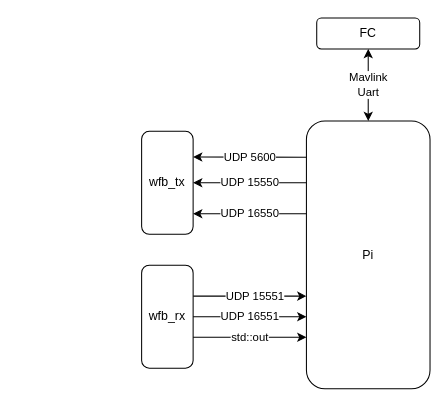
Above: Untitled Diagram.drawio in OpenHD/OpenHD (draw.io), before the change. Source tidied: cells renumbered, new cells numbered last; positions are measured from the earlier drawing's top-left corner, leaving out a move shared by most shapes. Both pictures are drawn from the tidied source at 103%, with x=0, y=0 at pixel (141, 18).
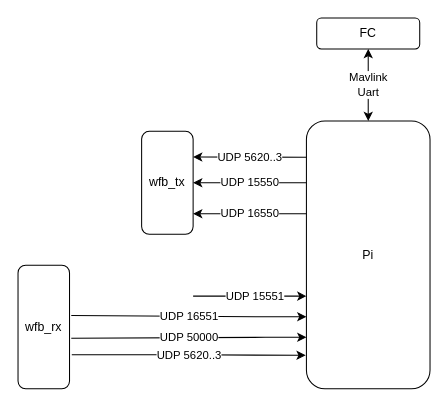
The same diagram, later.

Unchanged cells that the change refers to:
```xml
<mxCell id="3" value="Pi" style="rounded=1;whiteSpace=wrap;html=1;arcSize=15;" parent="1" vertex="1">
  <mxGeometry x="160" y="100" width="120" height="260" as="geometry" />
</mxCell>
<mxCell id="5" value="wfb_tx" style="rounded=1;whiteSpace=wrap;html=1;" parent="1" vertex="1">
  <mxGeometry y="110" width="50" height="100" as="geometry" />
</mxCell>
```

Diff of the diagram source:
```diff
@@
-    <mxCell id="6" value="UDP 5600" style="endArrow=none;startArrow=classic;html=1;rounded=0;exitX=1;exitY=0.25;exitDx=0;exitDy=0;endFill=0;entryX=0;entryY=0.135;entryDx=0;entryDy=0;entryPerimeter=0;" parent="1" edge="1" source="5" target="3">
+    <mxCell id="6" value="UDP 5620..3" style="endArrow=none;startArrow=classic;html=1;rounded=0;exitX=1;exitY=0.25;exitDx=0;exitDy=0;endFill=0;entryX=0;entryY=0.135;entryDx=0;entryDy=0;entryPerimeter=0;" parent="1" edge="1" source="5" target="3">
       <mxGeometry relative="1" as="geometry" />
     </mxCell>
@@
+    <mxCell id="13" value="UDP 5620..3" style="edgeStyle=orthogonalEdgeStyle;rounded=0;jettySize=auto;html=1;exitX=1.044;exitY=0.725;exitDx=0;exitDy=0;entryX=-0.006;entryY=0.875;entryDx=0;entryDy=0;entryPerimeter=0;exitPerimeter=0;" parent="1" edge="1" source="10" target="3">
+      <mxGeometry relative="1" as="geometry" />
+    </mxCell>
     <mxCell id="10" value="wfb_rx" style="rounded=1;whiteSpace=wrap;html=1;" parent="1" vertex="1">
-      <mxGeometry y="240" width="50" height="100" as="geometry" />
+      <mxGeometry x="-120" y="240" width="50" height="120" as="geometry" />
     </mxCell>
-    <mxCell id="11" value="UDP 16551" style="endArrow=classic;startArrow=none;html=1;rounded=0;exitX=1;exitY=0.25;exitDx=0;exitDy=0;endFill=1;startFill=0;" parent="1" edge="1">
+    <mxCell id="11" value="UDP 16551" style="endArrow=classic;startArrow=none;html=1;rounded=0;exitX=1.034;exitY=0.407;exitDx=0;exitDy=0;endFill=1;startFill=0;exitPerimeter=0;" parent="1" edge="1" source="10">
       <mxGeometry relative="1" as="geometry">
-        <mxPoint x="50" y="290" as="sourcePoint" />
         <mxPoint x="160" y="290" as="targetPoint" />
         <Array as="points">
           <mxPoint x="120" y="290" />
         </Array>
       </mxGeometry>
     </mxCell>
-    <mxCell id="12" value="std::out" style="endArrow=classic;startArrow=none;html=1;rounded=0;exitX=1;exitY=0.25;exitDx=0;exitDy=0;endFill=1;startFill=0;" parent="1" edge="1">
+    <mxCell id="12" value="UDP 50000" style="endArrow=classic;startArrow=none;html=1;rounded=0;exitX=1.034;exitY=0.59;exitDx=0;exitDy=0;endFill=1;startFill=0;exitPerimeter=0;" parent="1" edge="1" source="10">
       <mxGeometry relative="1" as="geometry">
-        <mxPoint x="50" y="310" as="sourcePoint" />
         <mxPoint x="160" y="310" as="targetPoint" />
         <Array as="points">
           <mxPoint x="120" y="310" />
         </Array>
       </mxGeometry>
     </mxCell>
```
